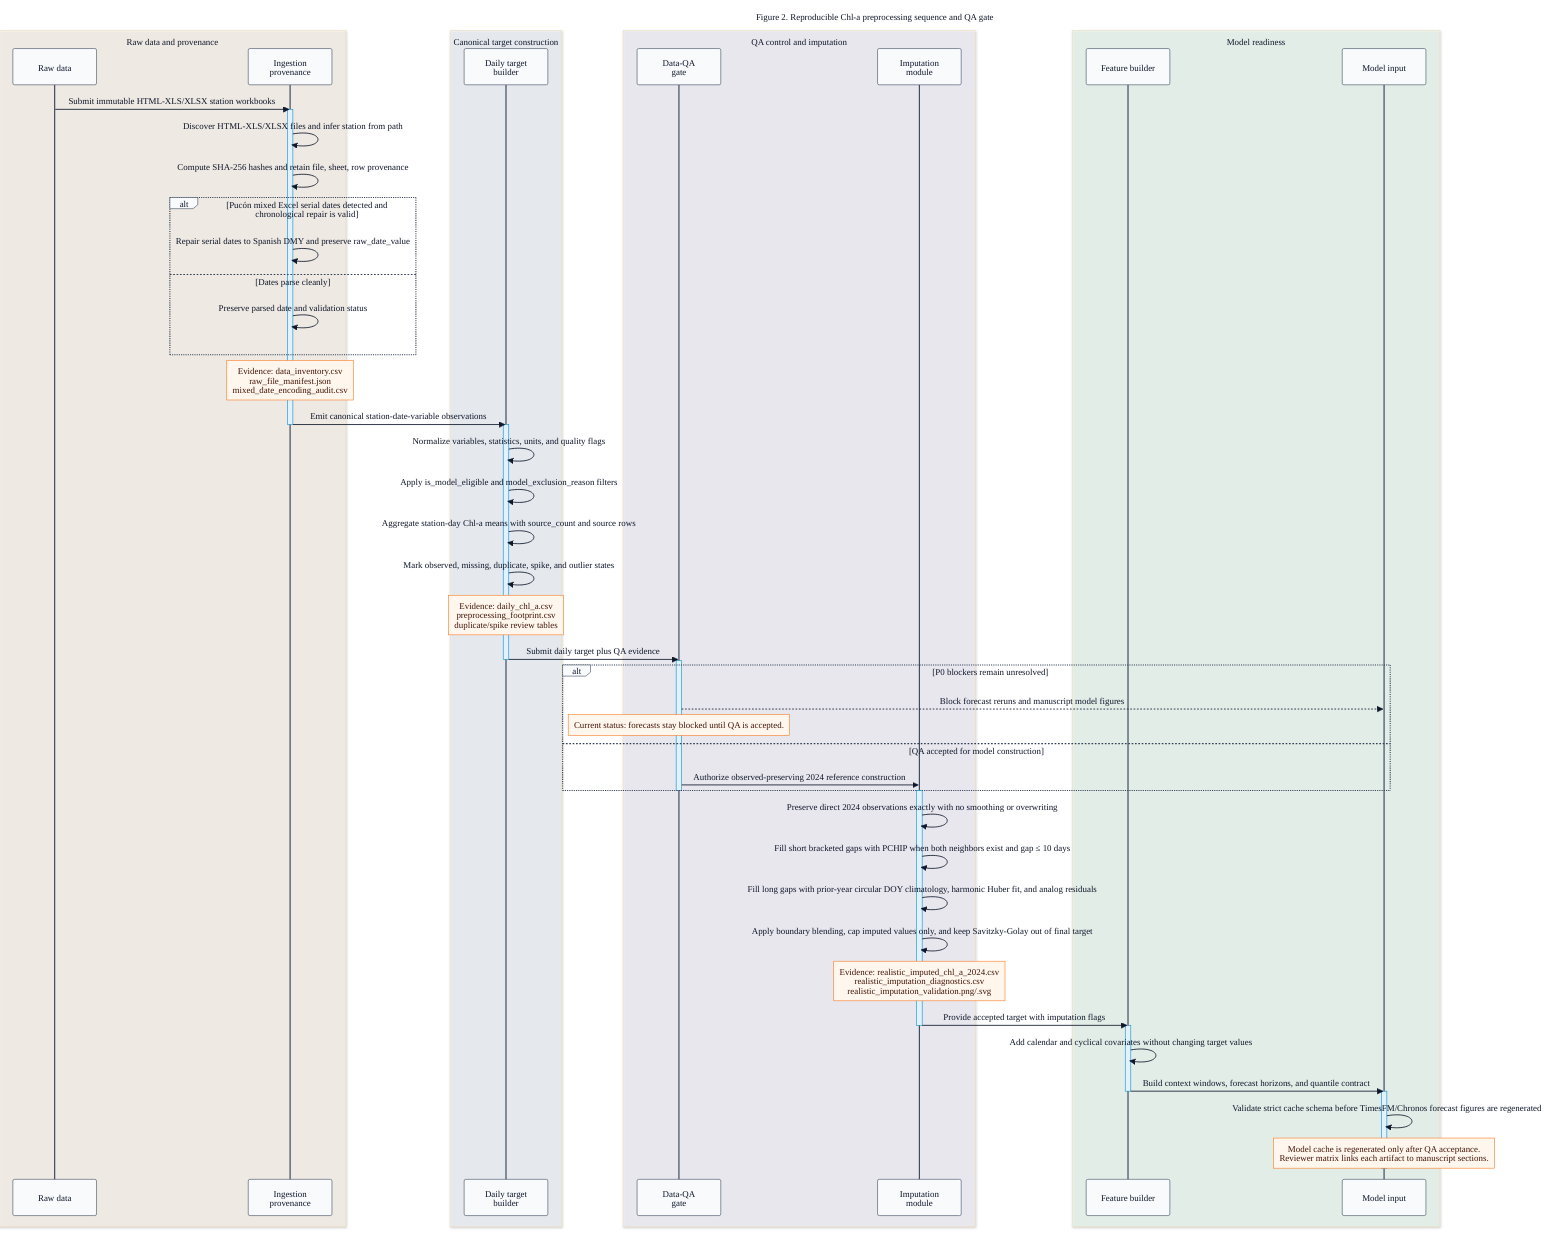
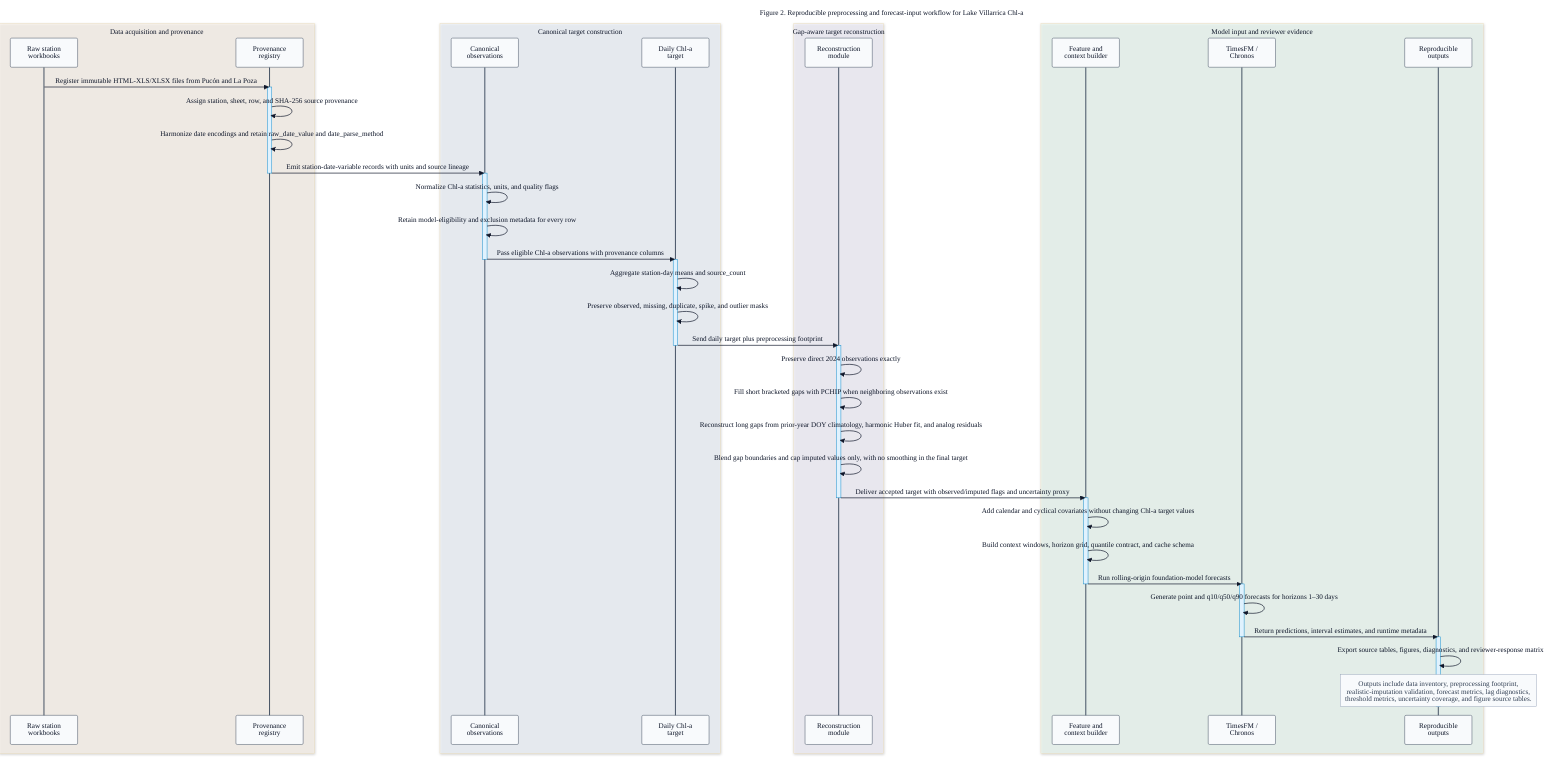
- %%{init: {"theme": "base", "htmlLabels": true, "securityLevel": "loose", "themeVariables": {"fontFamily": "Inter, Arial, Helvetica, sans-serif", "fontSize": "16px", "primaryTextColor": "#0F172A", "lineColor": "#334155", "actorBkg": "#F8FAFC", "actorBorder": "#334155", "actorTextColor": "#0F172A", "activationBkgColor": "#E0F2FE", "activationBorderColor": "#0284C7", "noteBkgColor": "#FFF7ED", "noteBorderColor": "#F97316", "noteTextColor": "#431407"}, "sequence": {"diagramMarginX": 18, "diagramMarginY": 20, "actorMargin": 30, "messageMargin": 28, "mirrorActors": true, "bottomMarginAdj": 10, "useMaxWidth": true, "rightAngles": false}}}%%
+ %%{init: {"theme": "base", "htmlLabels": true, "securityLevel": "loose", "themeVariables": {"fontFamily": "Inter, Arial, Helvetica, sans-serif", "fontSize": "16px", "primaryTextColor": "#0F172A", "lineColor": "#334155", "actorBkg": "#F8FAFC", "actorBorder": "#334155", "actorTextColor": "#0F172A", "activationBkgColor": "#E0F2FE", "activationBorderColor": "#0284C7", "noteBkgColor": "#F8FAFC", "noteBorderColor": "#94A3B8", "noteTextColor": "#334155"}, "sequence": {"diagramMarginX": 18, "diagramMarginY": 18, "actorMargin": 32, "messageMargin": 28, "mirrorActors": true, "bottomMarginAdj": 10, "useMaxWidth": true, "rightAngles": false}}}%%
sequenceDiagram
-     title Figure 2. Reproducible Chl-a preprocessing sequence and QA gate
+     title Figure 2. Reproducible preprocessing and forecast-input workflow for Lake Villarrica Chl-a

-     box rgba(255, 247, 237, 0.58) Raw data and provenance
-     participant RD as Raw data
-     participant IP as Ingestion<br/>provenance
+     box rgba(255, 247, 237, 0.58) Data acquisition and provenance
+     participant RD as Raw station<br/>workbooks
+     participant PV as Provenance<br/>registry
    end

    box rgba(239, 246, 255, 0.58) Canonical target construction
-     participant DT as Daily target<br/>builder
+     participant CN as Canonical<br/>observations
+     participant TG as Daily Chl-a<br/>target
    end

-     box rgba(245, 243, 255, 0.58) QA control and imputation
-     participant QG as Data-QA<br/>gate
-     participant IM as Imputation<br/>module
+     box rgba(245, 243, 255, 0.58) Gap-aware target reconstruction
+     participant RC as Reconstruction<br/>module
    end

-     box rgba(236, 253, 245, 0.58) Model readiness
-     participant FE as Feature builder
-     participant MI as Model input
+     box rgba(236, 253, 245, 0.58) Model input and reviewer evidence
+     participant FE as Feature and<br/>context builder
+     participant FM as TimesFM /<br/>Chronos
+     participant EV as Reproducible<br/>outputs
    end

-     RD->>IP: Submit immutable HTML-XLS/XLSX station workbooks
-     activate IP
-     IP->>IP: Discover HTML-XLS/XLSX files and infer station from path
-     IP->>IP: Compute SHA-256 hashes and retain file, sheet, row provenance
-     alt Pucón mixed Excel serial dates detected and chronological repair is valid
-         IP->>IP: Repair serial dates to Spanish DMY and preserve raw_date_value
-     else Dates parse cleanly
-         IP->>IP: Preserve parsed date and validation status
-     end
-     Note over IP: Evidence: data_inventory.csv<br/>raw_file_manifest.json<br/>mixed_date_encoding_audit.csv
-     IP->>DT: Emit canonical station-date-variable observations
-     deactivate IP
+     RD->>PV: Register immutable HTML-XLS/XLSX files from Pucón and La Poza
+     activate PV
+     PV->>PV: Assign station, sheet, row, and SHA-256 source provenance
+     PV->>PV: Harmonize date encodings and retain raw_date_value and date_parse_method
+     PV->>CN: Emit station-date-variable records with units and source lineage
+     deactivate PV

-     activate DT
-     DT->>DT: Normalize variables, statistics, units, and quality flags
-     DT->>DT: Apply is_model_eligible and model_exclusion_reason filters
-     DT->>DT: Aggregate station-day Chl-a means with source_count and source rows
-     DT->>DT: Mark observed, missing, duplicate, spike, and outlier states
-     Note over DT: Evidence: daily_chl_a.csv<br/>preprocessing_footprint.csv<br/>duplicate/spike review tables
-     DT->>QG: Submit daily target plus QA evidence
-     deactivate DT
+     activate CN
+     CN->>CN: Normalize Chl-a statistics, units, and quality flags
+     CN->>CN: Retain model-eligibility and exclusion metadata for every row
+     CN->>TG: Pass eligible Chl-a observations with provenance columns
+     deactivate CN

-     activate QG
-     alt P0 blockers remain unresolved
-         QG-->>MI: Block forecast reruns and manuscript model figures
-         Note over QG: Current status: forecasts stay blocked until QA is accepted.
-     else QA accepted for model construction
-         QG->>IM: Authorize observed-preserving 2024 reference construction
-     end
-     deactivate QG
+     activate TG
+     TG->>TG: Aggregate station-day means and source_count
+     TG->>TG: Preserve observed, missing, duplicate, spike, and outlier masks
+     TG->>RC: Send daily target plus preprocessing footprint
+     deactivate TG

-     activate IM
-     IM->>IM: Preserve direct 2024 observations exactly with no smoothing or overwriting
-     IM->>IM: Fill short bracketed gaps with PCHIP when both neighbors exist and gap ≤ 10 days
-     IM->>IM: Fill long gaps with prior-year circular DOY climatology, harmonic Huber fit, and analog residuals
-     IM->>IM: Apply boundary blending, cap imputed values only, and keep Savitzky-Golay out of final target
-     Note over IM: Evidence: realistic_imputed_chl_a_2024.csv<br/>realistic_imputation_diagnostics.csv<br/>realistic_imputation_validation.png/.svg
-     IM->>FE: Provide accepted target with imputation flags
-     deactivate IM
+     activate RC
+     RC->>RC: Preserve direct 2024 observations exactly
+     RC->>RC: Fill short bracketed gaps with PCHIP when neighboring observations exist
+     RC->>RC: Reconstruct long gaps from prior-year DOY climatology, harmonic Huber fit, and analog residuals
+     RC->>RC: Blend gap boundaries and cap imputed values only, with no smoothing in the final target
+     RC->>FE: Deliver accepted target with observed/imputed flags and uncertainty proxy
+     deactivate RC

    activate FE
-     FE->>FE: Add calendar and cyclical covariates without changing target values
-     FE->>MI: Build context windows, forecast horizons, and quantile contract
+     FE->>FE: Add calendar and cyclical covariates without changing Chl-a target values
+     FE->>FE: Build context windows, horizon grid, quantile contract, and cache schema
+     FE->>FM: Run rolling-origin foundation-model forecasts
    deactivate FE

-     activate MI
-     MI->>MI: Validate strict cache schema before TimesFM/Chronos forecast figures are regenerated
-     Note over MI: Model cache is regenerated only after QA acceptance.<br/>Reviewer matrix links each artifact to manuscript sections.
-     deactivate MI
+     activate FM
+     FM->>FM: Generate point and q10/q50/q90 forecasts for horizons 1–30 days
+     FM->>EV: Return predictions, interval estimates, and runtime metadata
+     deactivate FM
+ 
+     activate EV
+     EV->>EV: Export source tables, figures, diagnostics, and reviewer-response matrix
+     Note over EV: Outputs include data inventory, preprocessing footprint,<br/>realistic-imputation validation, forecast metrics, lag diagnostics,<br/>threshold metrics, uncertainty coverage, and figure source tables.
+     deactivate EV
